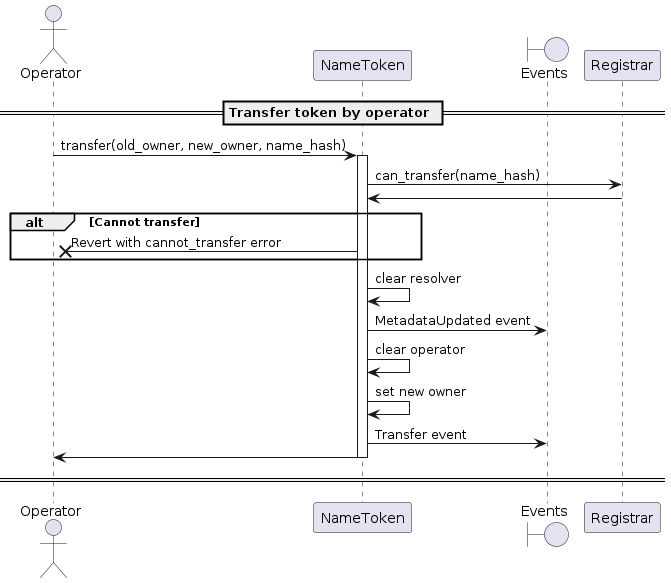
Before: docs/sequence-diagrams/puml/transfer-from-domain.png, a diagram exported from PlantUML (make-software/cspr-name-contracts).
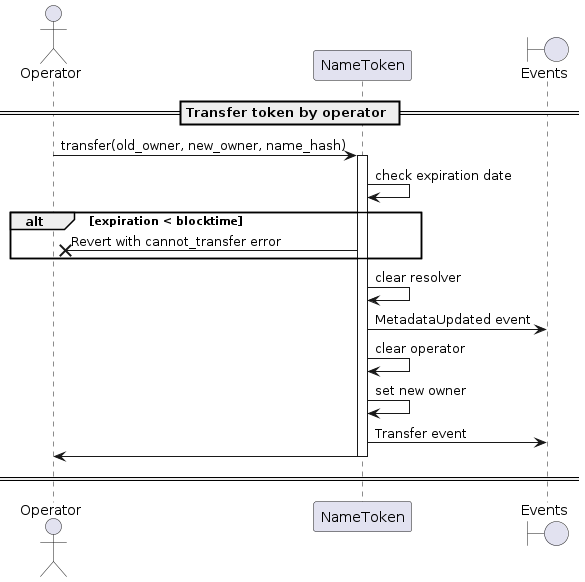
After the change.

Diff of the diagram source:
```diff
@@ -8,9 +8,8 @@
 
 Operator -> NameToken: transfer(old_owner, new_owner, name_hash)
 activate NameToken
-NameToken -> Registrar: can_transfer(name_hash)
-Registrar -> NameToken
-alt Cannot transfer
+NameToken -> NameToken: check expiration date
+alt expiration < blocktime
     NameToken ->X Operator: Revert with cannot_transfer error
 end
 NameToken -> NameToken: clear resolver
```
